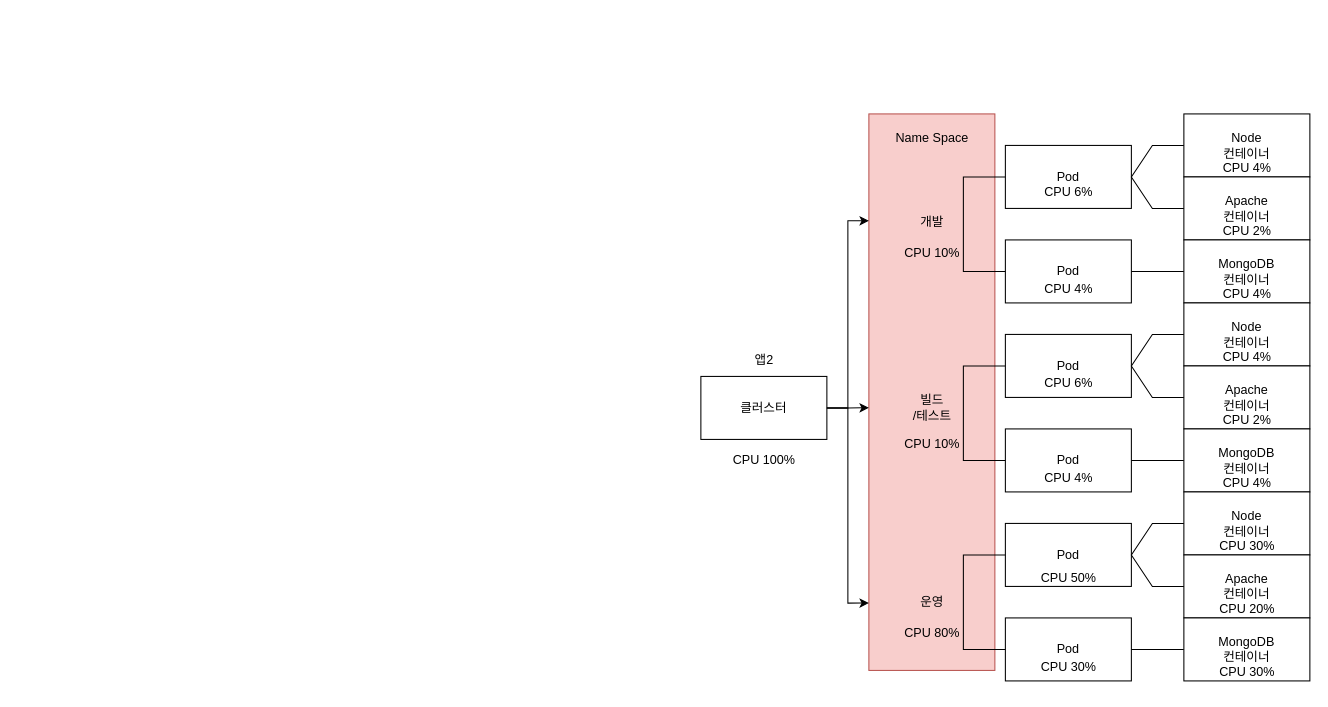
Before: 제목 없는 다이어그램.drawio in MainFe/test, a draw.io diagram. Source tidied: cells renumbered, new cells numbered last; positions are measured from the earlier drawing's top-left corner, leaving out a move shared by most shapes. Both pictures are drawn from the tidied source at 105%, with x=0, y=0 at pixel (700, 113).
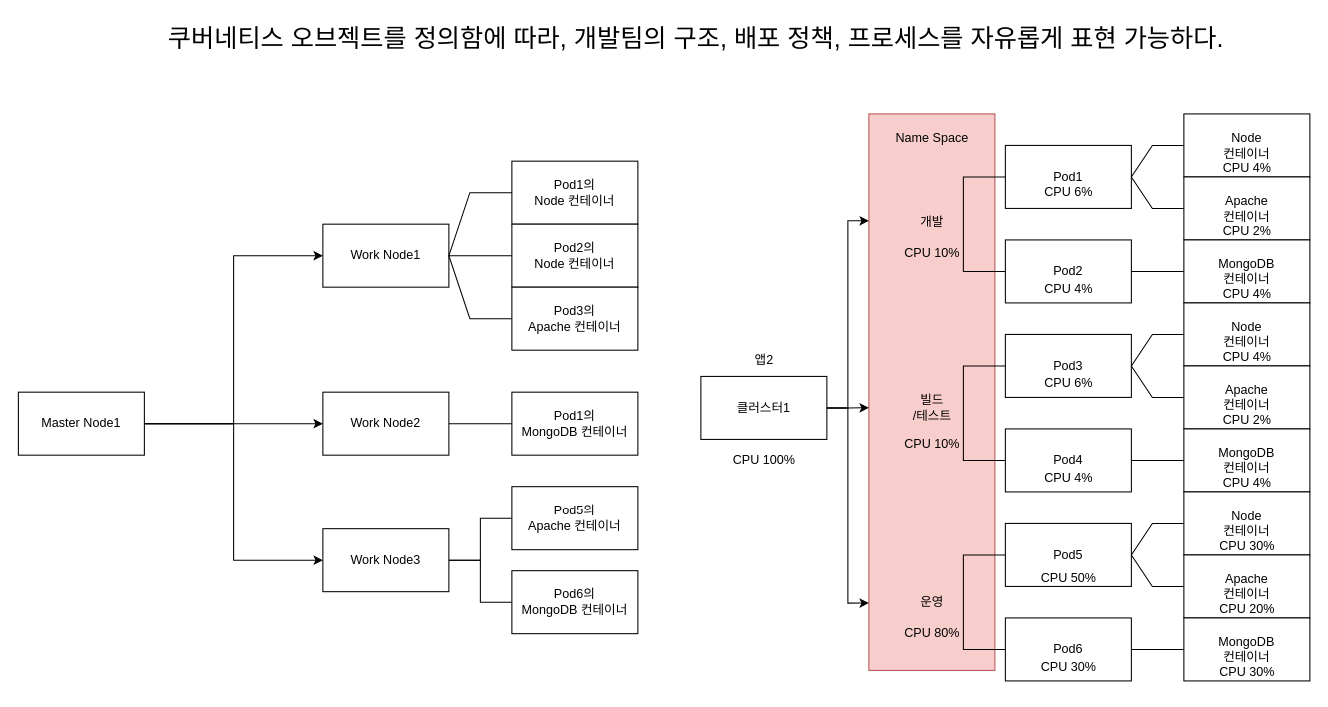
Above is the later version.

Commit message:
제목 없는 다이어그램.drawio 업데이트

What changed in the source:
```diff
@@
-    <mxCell id="3" value="클러스터" style="whiteSpace=wrap;html=1;" parent="1" vertex="1">
+    <mxCell id="3" value="클러스터1" style="whiteSpace=wrap;html=1;" parent="1" vertex="1">
       <mxGeometry y="250" width="120" height="60" as="geometry" />
     </mxCell>
-    <mxCell id="4" value="Pod" style="whiteSpace=wrap;html=1;" parent="1" vertex="1">
+    <mxCell id="4" value="Pod1" style="whiteSpace=wrap;html=1;" parent="1" vertex="1">
       <mxGeometry x="290" y="30" width="120" height="60" as="geometry" />
     </mxCell>
-    <mxCell id="5" value="Pod" style="whiteSpace=wrap;html=1;" parent="1" vertex="1">
+    <mxCell id="5" value="Pod3" style="whiteSpace=wrap;html=1;" parent="1" vertex="1">
       <mxGeometry x="290" y="210" width="120" height="60" as="geometry" />
     </mxCell>
-    <mxCell id="6" value="Pod" style="whiteSpace=wrap;html=1;" parent="1" vertex="1">
+    <mxCell id="6" value="Pod2" style="whiteSpace=wrap;html=1;" parent="1" vertex="1">
       <mxGeometry x="290" y="120" width="120" height="60" as="geometry" />
     </mxCell>
-    <mxCell id="7" value="Pod" style="whiteSpace=wrap;html=1;" parent="1" vertex="1">
+    <mxCell id="7" value="Pod4" style="whiteSpace=wrap;html=1;" parent="1" vertex="1">
       <mxGeometry x="290" y="300" width="120" height="60" as="geometry" />
     </mxCell>
-    <mxCell id="8" value="Pod" style="whiteSpace=wrap;html=1;" parent="1" vertex="1">
+    <mxCell id="8" value="Pod6" style="whiteSpace=wrap;html=1;" parent="1" vertex="1">
       <mxGeometry x="290" y="480" width="120" height="60" as="geometry" />
     </mxCell>
-    <mxCell id="9" value="Pod" style="whiteSpace=wrap;html=1;" parent="1" vertex="1">
+    <mxCell id="9" value="Pod5" style="whiteSpace=wrap;html=1;" parent="1" vertex="1">
       <mxGeometry x="290" y="390" width="120" height="60" as="geometry" />
     </mxCell>
@@
+    <mxCell id="55" style="edgeStyle=orthogonalEdgeStyle;rounded=0;jettySize=auto;html=1;entryX=0;entryY=0.5;entryDx=0;entryDy=0;" parent="1" edge="1" source="58" target="59">
+      <mxGeometry relative="1" as="geometry" />
+    </mxCell>
+    <mxCell id="56" style="edgeStyle=orthogonalEdgeStyle;rounded=0;jettySize=auto;html=1;entryX=0;entryY=0.5;entryDx=0;entryDy=0;" parent="1" edge="1" source="58" target="61">
+      <mxGeometry relative="1" as="geometry" />
+    </mxCell>
+    <mxCell id="57" style="edgeStyle=orthogonalEdgeStyle;rounded=0;jettySize=auto;html=1;entryX=0;entryY=0.5;entryDx=0;entryDy=0;" parent="1" edge="1" source="58" target="64">
+      <mxGeometry relative="1" as="geometry" />
+    </mxCell>
+    <mxCell id="58" value="Master Node1" style="whiteSpace=wrap;html=1;" parent="1" vertex="1">
+      <mxGeometry x="-650" y="265" width="120" height="60" as="geometry" />
+    </mxCell>
+    <mxCell id="59" value="Work Node1" style="whiteSpace=wrap;html=1;" parent="1" vertex="1">
+      <mxGeometry x="-360" y="105" width="120" height="60" as="geometry" />
+    </mxCell>
+    <mxCell id="60" style="rounded=0;jettySize=auto;html=1;entryX=0;entryY=0.5;entryDx=0;entryDy=0;horizontal=1;strokeColor=default;startArrow=none;startFill=0;endArrow=none;endFill=0;" parent="1" edge="1" source="61" target="70">
+      <mxGeometry relative="1" as="geometry" />
+    </mxCell>
+    <mxCell id="61" value="Work Node2" style="whiteSpace=wrap;html=1;" parent="1" vertex="1">
+      <mxGeometry x="-360" y="265" width="120" height="60" as="geometry" />
+    </mxCell>
+    <mxCell id="62" style="edgeStyle=orthogonalEdgeStyle;rounded=0;jettySize=auto;html=1;entryX=0;entryY=0.5;entryDx=0;entryDy=0;endArrow=none;endFill=0;" parent="1" edge="1" source="64" target="71">
+      <mxGeometry relative="1" as="geometry" />
+    </mxCell>
+    <mxCell id="63" style="edgeStyle=orthogonalEdgeStyle;rounded=0;jettySize=auto;html=1;entryX=0;entryY=0.5;entryDx=0;entryDy=0;endArrow=none;endFill=0;" parent="1" edge="1" source="64" target="72">
+      <mxGeometry relative="1" as="geometry" />
+    </mxCell>
+    <mxCell id="64" value="Work Node3" style="whiteSpace=wrap;html=1;" parent="1" vertex="1">
+      <mxGeometry x="-360" y="395" width="120" height="60" as="geometry" />
+    </mxCell>
+    <mxCell id="65" style="endArrow=none;html=1;rounded=0;entryX=0;entryY=0.5;entryDx=0;entryDy=0;exitX=0;exitY=0.5;exitDx=0;exitDy=0;" parent="1" edge="1" source="68" target="66">
+      <mxGeometry relative="1" as="geometry">
+        <Array as="points">
+          <mxPoint x="-220" y="195" />
+          <mxPoint x="-240" y="135" />
+          <mxPoint x="-220" y="75" />
+        </Array>
+      </mxGeometry>
+    </mxCell>
+    <mxCell id="66" value="Pod1의&lt;br&gt;Node 컨테이너" style="whiteSpace=wrap;html=1;" parent="1" vertex="1">
+      <mxGeometry x="-180" y="45" width="120" height="60" as="geometry" />
+    </mxCell>
+    <mxCell id="67" value="Pod2의&lt;br&gt;Node 컨테이너" style="whiteSpace=wrap;html=1;" parent="1" vertex="1">
+      <mxGeometry x="-180" y="105" width="120" height="60" as="geometry" />
+    </mxCell>
+    <mxCell id="68" value="Pod3의&lt;br&gt;Apache 컨테이너" style="whiteSpace=wrap;html=1;" parent="1" vertex="1">
+      <mxGeometry x="-180" y="165" width="120" height="60" as="geometry" />
+    </mxCell>
+    <mxCell id="69" style="endArrow=none;html=1;rounded=0;entryX=0;entryY=0.5;entryDx=0;entryDy=0;" parent="1" edge="1" target="67">
+      <mxGeometry relative="1" as="geometry">
+        <mxPoint x="-240" y="135" as="sourcePoint" />
+      </mxGeometry>
+    </mxCell>
+    <mxCell id="70" value="Pod1의&lt;br&gt;MongoDB 컨테이너" style="whiteSpace=wrap;html=1;" parent="1" vertex="1">
+      <mxGeometry x="-180" y="265" width="120" height="60" as="geometry" />
+    </mxCell>
+    <mxCell id="71" value="Pod5의&lt;br&gt;Apache 컨테이너" style="whiteSpace=wrap;html=1;" parent="1" vertex="1">
+      <mxGeometry x="-180" y="355" width="120" height="60" as="geometry" />
+    </mxCell>
+    <mxCell id="72" value="Pod6의&lt;br&gt;MongoDB 컨테이너" style="whiteSpace=wrap;html=1;" parent="1" vertex="1">
+      <mxGeometry x="-180" y="435" width="120" height="60" as="geometry" />
+    </mxCell>
+    <mxCell id="73" value="쿠버네티스 오브젝트를 정의함에 따라, 개발팀의 구조, 배포 정책, 프로세스를 자유롭게 표현 가능하다." style="text;html=1;align=center;verticalAlign=middle;strokeColor=none;fillColor=none;fontSize=24;" parent="1" vertex="1">
+      <mxGeometry x="-560" y="-91" width="1110" height="40" as="geometry" />
+    </mxCell>
```
